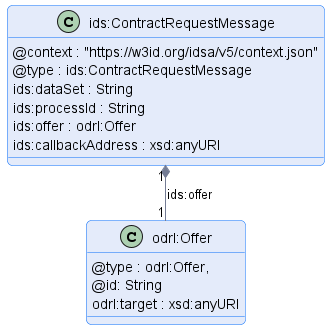
The PlantUML diagram negotiation/message/diagram/contract-request-message.png in International-Data-Spaces-Association/ids-specification, before a commit.
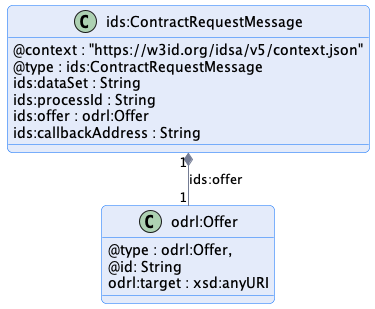
After the change.

Commit message:
fix callbackAddress from anyURI to string

What changed in the source:
```diff
@@ -1,7 +1,7 @@
 @startuml "contract-request-message"
 !pragma layout smetana
 
-!include ../../diagrams/diagram.styles.puml
+!include ../../../common/style/diagram.styles.puml
 
 hide empty description
 
@@ -12,7 +12,7 @@
     ids:dataSet : String
     ids:processId : String
     ids:offer : odrl:Offer
-    ids:callbackAddress : xsd:anyURI
+    ids:callbackAddress : String
 }
 
 class odrl:Offer {
```
